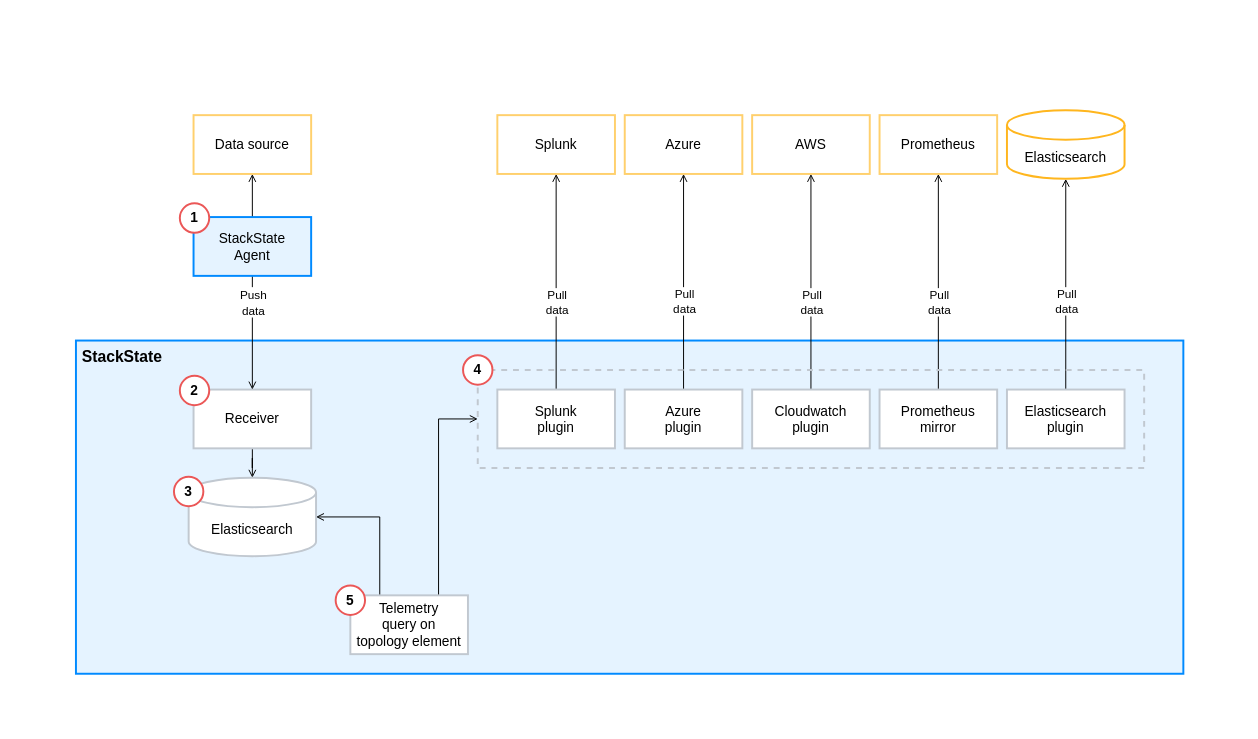
StackVista/stackstate-docs keeps this draw.io diagram as resources/drawio/telemetry-sync-2.drawio. Above is the earlier version. Source tidied: cells renumbered, new cells numbered last; positions are measured from the earlier drawing's top-left corner, leaving out a move shared by most shapes. Both pictures are drawn from the tidied source at 98%, with x=0, y=0 at pixel (17, 85).
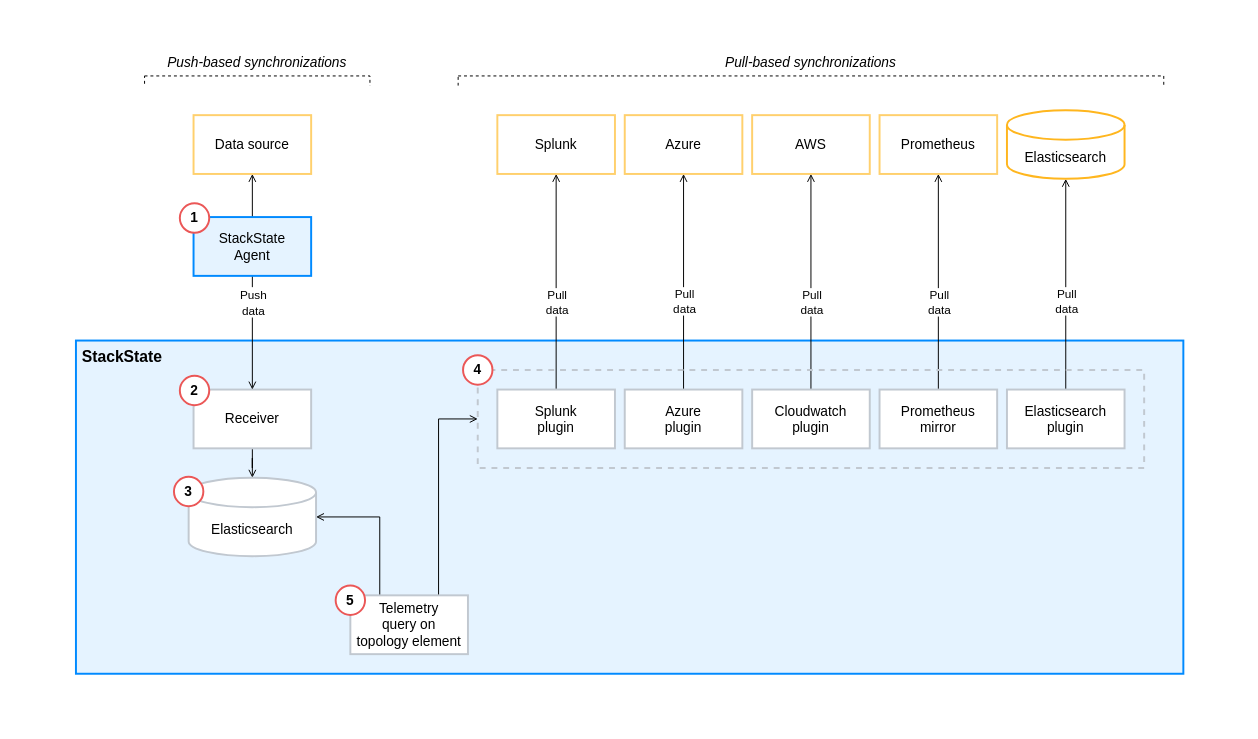
The same page after the edit.

The edit, as a diff of the source:
```diff
@@
     <mxCell id="2" style="rounded=0;whiteSpace=wrap;html=1;strokeColor=none;strokeWidth=3;fontSize=14;verticalAlign=top;" parent="1" vertex="1">
-      <mxGeometry width="1250" height="650" as="geometry" />
+      <mxGeometry x="40" y="-70" width="1170" height="720" as="geometry" />
     </mxCell>
@@
+    <mxCell id="43" style="rounded=0;whiteSpace=wrap;html=1;dashed=1;" parent="1" vertex="1">
+      <mxGeometry x="130" y="-10" width="230" height="20" as="geometry" />
+    </mxCell>
+    <mxCell id="44" style="rounded=0;whiteSpace=wrap;html=1;dashed=1;" parent="1" vertex="1">
+      <mxGeometry x="450" y="-10" width="720" height="20" as="geometry" />
+    </mxCell>
+    <mxCell id="45" style="rounded=0;whiteSpace=wrap;html=1;strokeColor=none;" parent="1" vertex="1">
+      <mxGeometry x="120" width="1060" height="20" as="geometry" />
+    </mxCell>
+    <mxCell id="46" value="Push-based synchronizations" style="text;strokeColor=none;fillColor=none;align=center;verticalAlign=middle;spacingLeft=4;spacingRight=4;overflow=hidden;dashed=1;fontStyle=2;fontSize=14;" parent="1" vertex="1">
+      <mxGeometry x="130" y="-40" width="230" height="30" as="geometry" />
+    </mxCell>
+    <mxCell id="47" value="Pull-based synchronizations" style="text;strokeColor=none;fillColor=none;align=center;verticalAlign=middle;spacingLeft=4;spacingRight=4;overflow=hidden;dashed=1;fontStyle=2;fontSize=14;" parent="1" vertex="1">
+      <mxGeometry x="450" y="-40" width="720" height="30" as="geometry" />
+    </mxCell>
```
